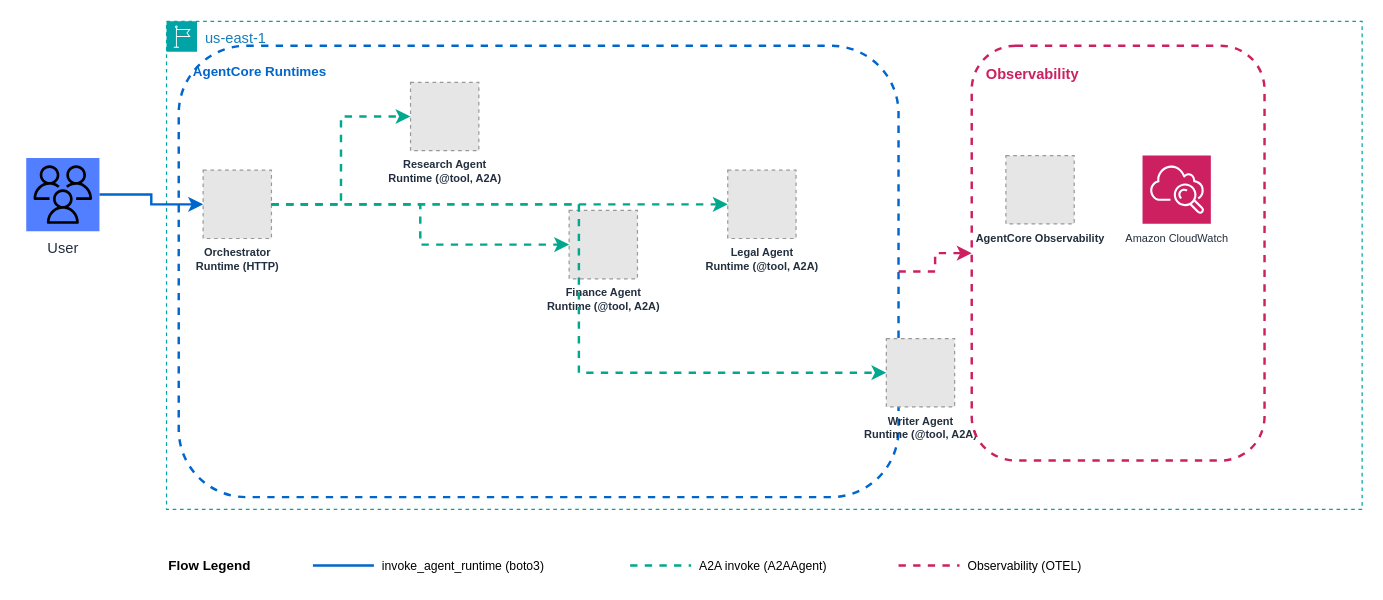
Above: samples/07-agent-as-tool/production/architecture.drawio in aws-samples/sample-multi-agent-systems-with-strands-workshop (draw.io), before the change. Source tidied: cells renumbered, new cells numbered last; positions are measured from the earlier drawing's top-left corner, leaving out a move shared by most shapes. Both pictures are drawn from the tidied source at 122%, with x=0, y=0 at pixel (26, 21). Pictures stored in the file or linked from it are replaced by grey dashed boxes.
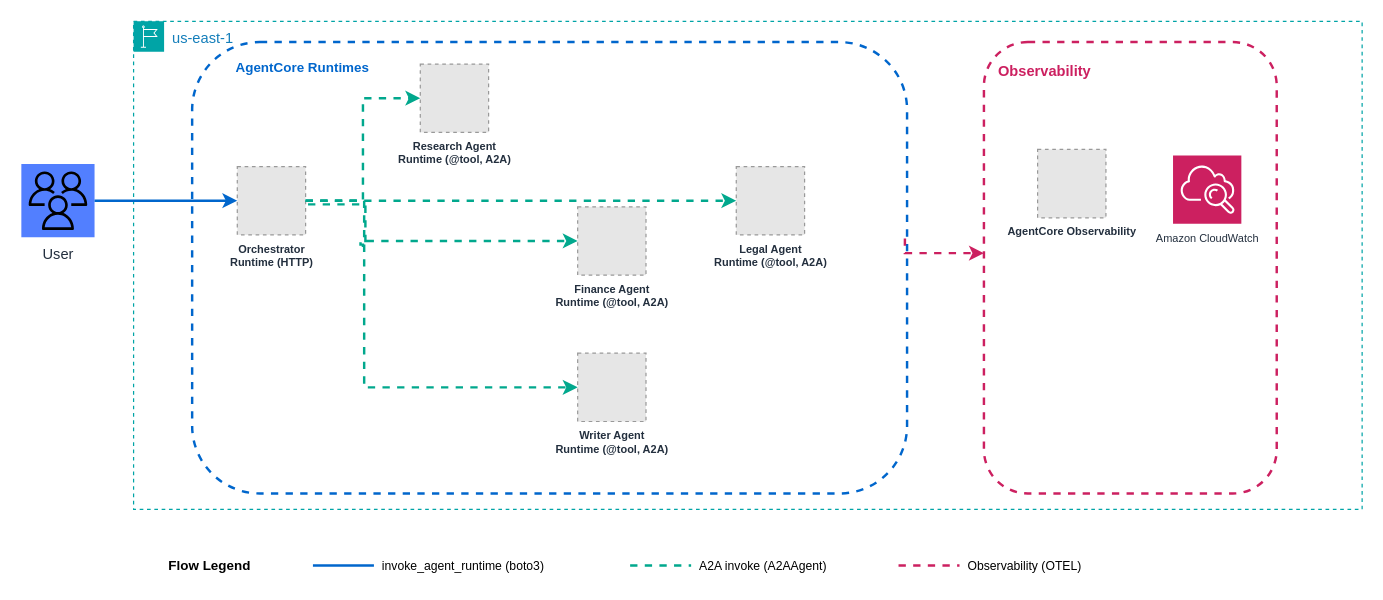
The same page after the edit.

Commit message (it also covers changes not shown here):
Update production architecture diagrams modules 03-07

The edit, as a diff of the source:
```diff
@@
     <mxCell id="2" value="User" style="sketch=0;outlineConnect=0;fontColor=#232F3E;gradientColor=none;fillColor=#527FFF;strokeColor=none;dashed=0;verticalLabelPosition=bottom;verticalAlign=top;align=center;html=1;fontSize=12;fontStyle=0;shape=mxgraph.aws4.resourceIcon;resIcon=mxgraph.aws4.users;" parent="1" vertex="1">
-      <mxGeometry y="112" width="60" height="60" as="geometry" />
+      <mxGeometry x="-4" y="117" width="60" height="60" as="geometry" />
     </mxCell>
     <mxCell id="3" value="us-east-1" style="gradientColor=none;html=1;whiteSpace=wrap;fontSize=12;fontStyle=0;shape=mxgraph.aws4.group;grIcon=mxgraph.aws4.group_region;strokeColor=#00A4A6;fillColor=none;verticalAlign=top;align=left;spacingLeft=30;fontColor=#147EBA;dashed=1;" parent="1" vertex="1">
-      <mxGeometry x="115" width="980" height="400" as="geometry" />
+      <mxGeometry x="88" width="1007" height="400" as="geometry" />
     </mxCell>
-    <mxCell id="4" value="AgentCore Runtimes" style="rounded=1;whiteSpace=wrap;html=1;fillColor=none;strokeColor=#0066CC;strokeWidth=2;dashed=1;fontSize=11;fontStyle=1;fontColor=#0066CC;verticalAlign=top;align=left;spacingLeft=10;spacingTop=8;" parent="3" vertex="1">
-      <mxGeometry x="10" y="20" width="590" height="370" as="geometry" />
+    <mxCell id="4" value="&amp;nbsp; &amp;nbsp; &amp;nbsp; &amp;nbsp; AgentCore Runtimes" style="rounded=1;whiteSpace=wrap;html=1;fillColor=none;strokeColor=#0066CC;strokeWidth=2;dashed=1;fontSize=11;fontStyle=1;fontColor=#0066CC;verticalAlign=top;align=left;spacingLeft=10;spacingTop=8;" parent="3" vertex="1">
+      <mxGeometry x="48" y="17" width="586" height="370" as="geometry" />
     </mxCell>
     <mxCell id="5" value="Orchestrator&lt;div&gt;Runtime (HTTP)&lt;/div&gt;" style="fillColor=#E6E6E6;strokeColor=#999999;dashed=1;html=1;verticalLabelPosition=bottom;labelBackgroundColor=none;verticalAlign=top;fontSize=9;fontStyle=1;fontColor=#232F3E;" parent="3" vertex="1">
-      <mxGeometry x="30" y="122" width="56" height="56" as="geometry" />
+      <mxGeometry x="85" y="119" width="56" height="56" as="geometry" />
     </mxCell>
     <mxCell id="6" value="Research Agent&lt;div&gt;Runtime (@tool, A2A)&lt;/div&gt;" style="fillColor=#E6E6E6;strokeColor=#999999;dashed=1;html=1;verticalLabelPosition=bottom;labelBackgroundColor=none;verticalAlign=top;fontSize=9;fontStyle=1;fontColor=#232F3E;" parent="3" vertex="1">
-      <mxGeometry x="200" y="50" width="56" height="56" as="geometry" />
+      <mxGeometry x="235" y="35" width="56" height="56" as="geometry" />
     </mxCell>
     <mxCell id="7" value="Finance Agent&lt;div&gt;Runtime (@tool, A2A)&lt;/div&gt;" style="fillColor=#E6E6E6;strokeColor=#999999;dashed=1;html=1;verticalLabelPosition=bottom;labelBackgroundColor=none;verticalAlign=top;fontSize=9;fontStyle=1;fontColor=#232F3E;" parent="3" vertex="1">
-      <mxGeometry x="330" y="155" width="56" height="56" as="geometry" />
+      <mxGeometry x="364" y="152" width="56" height="56" as="geometry" />
     </mxCell>
     <mxCell id="8" value="Writer Agent&lt;div&gt;Runtime (@tool, A2A)&lt;/div&gt;" style="fillColor=#E6E6E6;strokeColor=#999999;dashed=1;html=1;verticalLabelPosition=bottom;labelBackgroundColor=none;verticalAlign=top;fontSize=9;fontStyle=1;fontColor=#232F3E;" parent="3" vertex="1">
-      <mxGeometry x="590" y="260" width="56" height="56" as="geometry" />
+      <mxGeometry x="364" y="272" width="56" height="56" as="geometry" />
     </mxCell>
     <mxCell id="9" value="Observability" style="rounded=1;whiteSpace=wrap;html=1;fillColor=none;strokeColor=#CC2060;strokeWidth=2;dashed=1;fontSize=12;fontStyle=1;fontColor=#CC2060;verticalAlign=top;align=left;spacingLeft=10;spacingTop=10;" parent="3" vertex="1">
-      <mxGeometry x="660" y="20" width="240" height="340" as="geometry" />
+      <mxGeometry x="697" y="17" width="240" height="370" as="geometry" />
     </mxCell>
     <mxCell id="10" value="AgentCore Observability" style="fillColor=#E6E6E6;strokeColor=#999999;dashed=1;html=1;verticalLabelPosition=bottom;labelBackgroundColor=none;verticalAlign=top;fontSize=9;fontStyle=1;fontColor=#232F3E;" parent="3" vertex="1">
-      <mxGeometry x="688" y="110" width="56" height="56" as="geometry" />
+      <mxGeometry x="741" y="105" width="56" height="56" as="geometry" />
     </mxCell>
     <mxCell id="11" value="Amazon CloudWatch" style="sketch=0;fontColor=#232F3E;fillColor=#CC2060;strokeColor=#ffffff;dashed=0;verticalLabelPosition=bottom;verticalAlign=top;align=center;html=1;fontSize=9;fontStyle=0;shape=mxgraph.aws4.resourceIcon;resIcon=mxgraph.aws4.cloudwatch;" parent="3" vertex="1">
-      <mxGeometry x="800" y="110" width="56" height="56" as="geometry" />
+      <mxGeometry x="852" y="110" width="56" height="56" as="geometry" />
     </mxCell>
-    <mxCell id="12" style="edgeStyle=orthogonalEdgeStyle;rounded=0;jettySize=auto;html=1;strokeColor=#0066CC;strokeWidth=2;flowAnimation=1;exitX=1;exitY=0.5;exitDx=0;exitDy=0;entryX=0;entryY=0.5;entryDx=0;entryDy=0;" parent="1" edge="1" source="2" target="5">
-      <mxGeometry relative="1" as="geometry" />
-    </mxCell>
@@
-    <mxCell id="14" style="edgeStyle=orthogonalEdgeStyle;rounded=0;jettySize=auto;html=1;strokeColor=#01A88D;strokeWidth=2;flowAnimation=1;dashed=1;exitX=1;exitY=0.5;exitDx=0;exitDy=0;entryX=0;entryY=0.5;entryDx=0;entryDy=0;" parent="3" edge="1" source="5" target="7">
-      <mxGeometry relative="1" as="geometry" />
+    <mxCell id="14" style="edgeStyle=orthogonalEdgeStyle;rounded=0;jettySize=auto;html=1;strokeColor=#01A88D;strokeWidth=2;flowAnimation=1;dashed=1;entryX=0;entryY=0.5;entryDx=0;entryDy=0;" parent="3" edge="1" target="7">
+      <mxGeometry relative="1" as="geometry">
+        <mxPoint x="143" y="150" as="sourcePoint" />
+        <Array as="points">
+          <mxPoint x="190" y="150" />
+          <mxPoint x="190" y="185" />
+          <mxPoint x="188" y="185" />
+          <mxPoint x="188" y="183" />
+          <mxPoint x="186" y="183" />
+          <mxPoint x="186" y="180" />
+        </Array>
+      </mxGeometry>
     </mxCell>
     <mxCell id="15" style="edgeStyle=orthogonalEdgeStyle;rounded=0;jettySize=auto;html=1;strokeColor=#01A88D;strokeWidth=2;flowAnimation=1;dashed=1;exitX=1;exitY=0.5;exitDx=0;exitDy=0;entryX=0;entryY=0.5;entryDx=0;entryDy=0;" parent="3" edge="1" source="5" target="8">
-      <mxGeometry relative="1" as="geometry" />
+      <mxGeometry relative="1" as="geometry">
+        <Array as="points">
+          <mxPoint x="189" y="147" />
+          <mxPoint x="189" y="300" />
+        </Array>
+      </mxGeometry>
     </mxCell>
-    <mxCell id="16" style="edgeStyle=orthogonalEdgeStyle;rounded=0;jettySize=auto;html=1;strokeColor=#CC2060;strokeWidth=2;flowAnimation=1;dashed=1;" parent="3" edge="1" source="4" target="9">
-      <mxGeometry relative="1" as="geometry" />
+    <mxCell id="16" style="edgeStyle=orthogonalEdgeStyle;rounded=0;jettySize=auto;html=1;strokeColor=#CC2060;strokeWidth=2;flowAnimation=1;dashed=1;exitX=0.997;exitY=0.435;exitDx=0;exitDy=0;exitPerimeter=0;" parent="3" edge="1" source="4" target="9">
+      <mxGeometry relative="1" as="geometry">
+        <Array as="points">
+          <mxPoint x="632.2" y="190" />
+        </Array>
+      </mxGeometry>
     </mxCell>
+    <mxCell id="24" value="Legal Agent&lt;div&gt;Runtime (@tool, A2A)&lt;/div&gt;" style="fillColor=#E6E6E6;strokeColor=#999999;dashed=1;html=1;verticalLabelPosition=bottom;labelBackgroundColor=none;verticalAlign=top;fontSize=9;fontStyle=1;fontColor=#232F3E;" parent="3" vertex="1">
+      <mxGeometry x="494" y="119" width="56" height="56" as="geometry" />
+    </mxCell>
+    <mxCell id="25" style="edgeStyle=orthogonalEdgeStyle;rounded=0;jettySize=auto;html=1;strokeColor=#01A88D;strokeWidth=2;flowAnimation=1;dashed=1;" parent="3" edge="1" source="5" target="24">
+      <mxGeometry relative="1" as="geometry" />
+    </mxCell>
+    <mxCell id="12" style="edgeStyle=orthogonalEdgeStyle;rounded=0;jettySize=auto;html=1;strokeColor=#0066CC;strokeWidth=2;flowAnimation=1;exitX=1;exitY=0.5;exitDx=0;exitDy=0;entryX=0;entryY=0.5;entryDx=0;entryDy=0;" parent="1" edge="1" source="2" target="5">
+      <mxGeometry relative="1" as="geometry" />
+    </mxCell>
@@
-    <mxCell id="24" value="Legal Agent&lt;div&gt;Runtime (@tool, A2A)&lt;/div&gt;" style="fillColor=#E6E6E6;strokeColor=#999999;dashed=1;html=1;verticalLabelPosition=bottom;labelBackgroundColor=none;verticalAlign=top;fontSize=9;fontStyle=1;fontColor=#232F3E;" parent="3" vertex="1">
-      <mxGeometry x="460" y="122" width="56" height="56" as="geometry" />
-    </mxCell>
-    <mxCell id="25" style="edgeStyle=orthogonalEdgeStyle;rounded=0;jettySize=auto;html=1;strokeColor=#01A88D;strokeWidth=2;flowAnimation=1;dashed=1;" parent="3" edge="1" source="5" target="24">
-      <mxGeometry relative="1" as="geometry" />
-    </mxCell>
```
